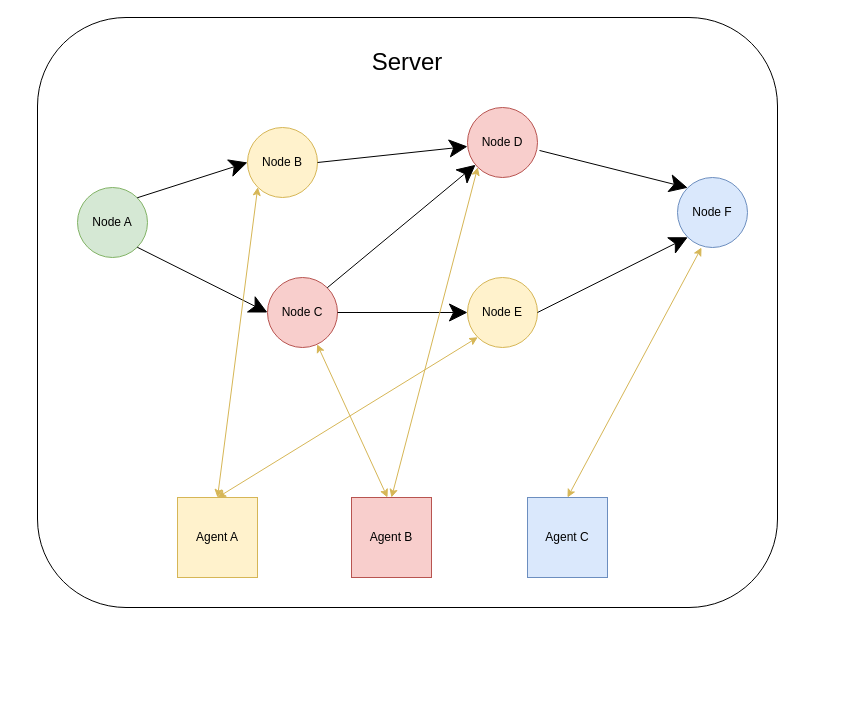
isamu/misc-doc keeps this draw.io diagram as browser-server.drawio. Above is the earlier version. Source tidied: cells renumbered, new cells numbered last; positions are measured from the earlier drawing's top-left corner, leaving out a move shared by most shapes. Both pictures are drawn from the tidied source at 100%, with x=0, y=0 at pixel (37, 17).
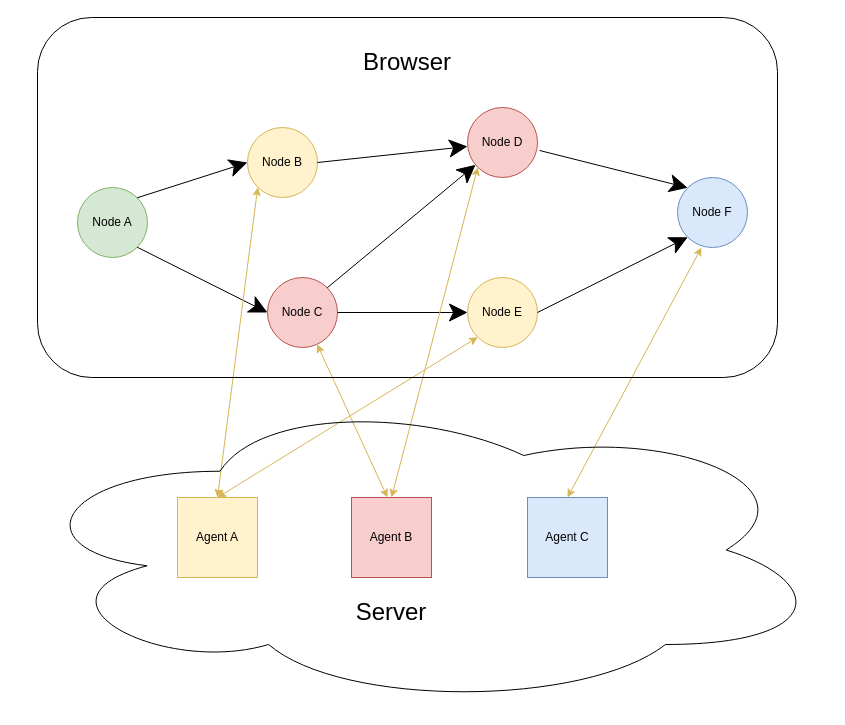
Above is the later version.

Commit message:
browser-server.drawio を更新します

Change to the diagram source:
```diff
@@
     <mxCell id="23" style="rounded=1;whiteSpace=wrap;html=1;fillColor=none;" parent="1" vertex="1">
-      <mxGeometry width="740" height="590" as="geometry" />
+      <mxGeometry width="740" height="360" as="geometry" />
     </mxCell>
-    <mxCell id="24" value="&lt;font style=&quot;font-size: 24px;&quot;&gt;Server&lt;/font&gt;" style="text;html=1;align=center;verticalAlign=middle;whiteSpace=wrap;rounded=0;" parent="1" vertex="1">
+    <mxCell id="24" value="&lt;span style=&quot;font-size: 24px;&quot;&gt;Browser&lt;/span&gt;" style="text;html=1;align=center;verticalAlign=middle;whiteSpace=wrap;rounded=0;" parent="1" vertex="1">
       <mxGeometry x="302" y="20" width="136" height="50" as="geometry" />
     </mxCell>
+    <mxCell id="25" style="ellipse;shape=cloud;whiteSpace=wrap;html=1;fillColor=none;" parent="1" vertex="1">
+      <mxGeometry x="-20" y="375" width="810" height="315" as="geometry" />
+    </mxCell>
+    <mxCell id="26" value="&lt;span style=&quot;font-size: 24px;&quot;&gt;Server&lt;/span&gt;" style="text;html=1;align=center;verticalAlign=middle;whiteSpace=wrap;rounded=0;" parent="1" vertex="1">
+      <mxGeometry x="286" y="570" width="136" height="50" as="geometry" />
+    </mxCell>
```
